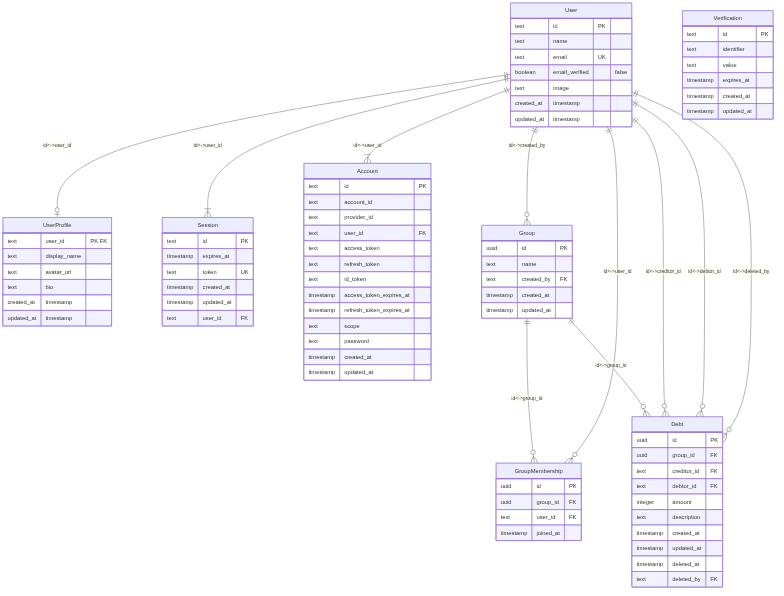
Above: assets/er.png in Pay-Crew/pay-crew2 (Mermaid), before the change. Its source is kept beside it as assets/er.mmd. The source it was exported from:
```mermaid
erDiagram
    User {
        text id PK
        text name
        text email UK
        boolean email_verified "false"
        text image
        created_at timestamp
        updated_at timestamp
    }

    UserProfile {
        text user_id "PK FK"
        text display_name
        text avatar_url
        text bio
        created_at timestamp
        updated_at timestamp
    }

    Session {
        text id PK
        timestamp expires_at
        text token UK
        timestamp created_at
        timestamp updated_at
        text user_id FK
    }

    Account {
        text id PK
        text account_id
        text provider_id
        text user_id FK
        text access_token
        text refresh_token
        text id_token
        timestamp access_token_expires_at
        timestamp refresh_token_expires_at
        text scope
        text password
        timestamp created_at
        timestamp updated_at
    }

    Verification {
        text id PK
        text identifier
        text value
        timestamp expires_at
        timestamp created_at
        timestamp updated_at
    }

    Group {
        uuid id PK
        text name
        text invite_id UK
        text created_by FK
        timestamp created_at
        timestamp updated_at
    }

    GroupMembership {
        uuid id PK
        uuid group_id FK
        text user_id FK
        timestamp joined_at
    }

    Debt {
        uuid id PK
        uuid group_id FK
        text creditor_id FK
        text debtor_id FK
        integer amount
        text description
        timestamp created_at
        timestamp updated_at
        timestamp deleted_at
        text deleted_by FK
    }

    User ||--|{ Session : "id<->user_id"
    User ||--|{ Account : "id<->user_id"

    User ||--o| UserProfile : "id<->user_id"

    User ||--o{ Group : "id<->created_by"

    Group ||--o{ GroupMembership : "id<->group_id"
    User ||--o{ GroupMembership : "id<->user_id"

    Group ||--o{ Debt : "id<->group_id"
    User ||--o{ Debt : "id<->creditor_id"
    User ||--o{ Debt : "id<->debtor_id"
    User ||--o{ Debt : "id<->deleted_by"
```
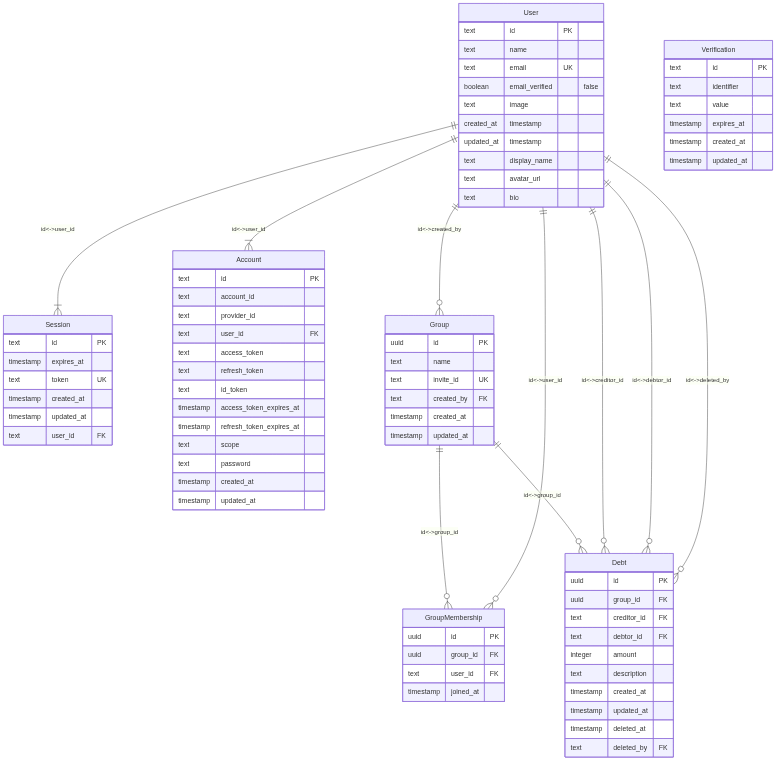
After the change.

The edit, as a diff of the source:
```diff
@@ -7,15 +7,10 @@
         text image
         created_at timestamp
         updated_at timestamp
-    }
 
-    UserProfile {
-        text user_id "PK FK"
         text display_name
         text avatar_url
         text bio
-        created_at timestamp
-        updated_at timestamp
     }
 
     Session {
@@ -84,8 +79,6 @@
     User ||--|{ Session : "id<->user_id"
     User ||--|{ Account : "id<->user_id"
 
-    User ||--o| UserProfile : "id<->user_id"
-
     User ||--o{ Group : "id<->created_by"
 
     Group ||--o{ GroupMembership : "id<->group_id"
```
